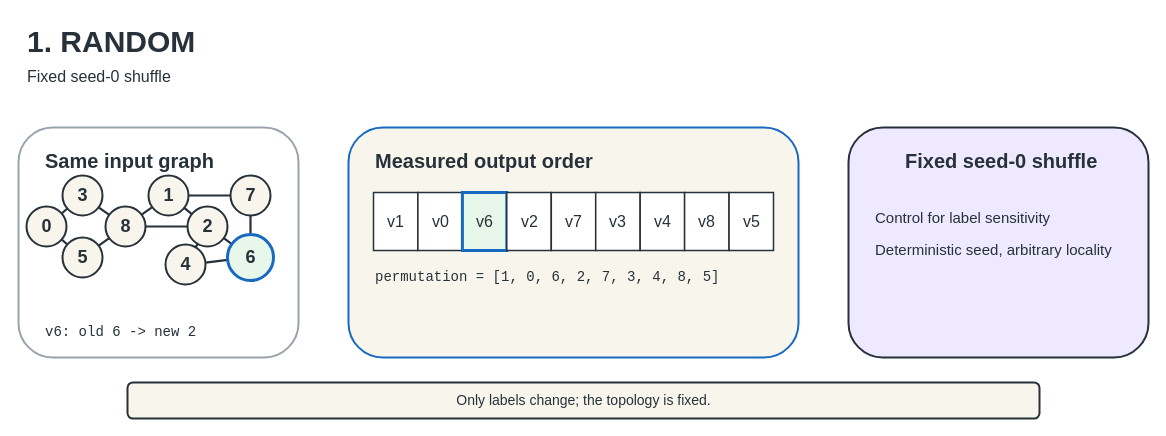
Above: page "RANDOM" (3 of 18) of docs/figures/editable/GraphBrew-reordering-figures.drawio in UVA-LavaLab/GraphBrew (draw.io), before the change. Source tidied: cells renumbered, new cells numbered last; positions are measured from the earlier drawing's top-left corner, leaving out a move shared by most shapes. Both pictures are drawn from the tidied source at 100%, with x=0, y=0 at pixel (18, 17).
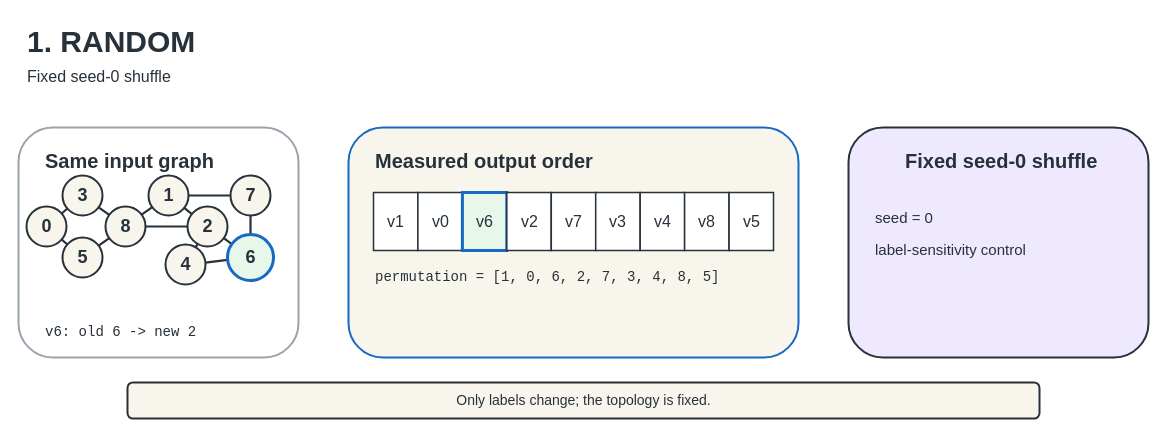
The same page after the edit.

Diff of the diagram source:
```diff
@@
-    <mxCell id="43" value="Control for label sensitivity" style="text;html=1;strokeColor=none;fillColor=none;fontSize=15;fontColor=#27313A;" parent="1" vertex="1">
+    <mxCell id="43" value="seed = 0" style="text;html=1;strokeColor=none;fillColor=none;fontSize=15;fontColor=#27313A;" parent="1" vertex="1">
       <mxGeometry x="855" y="185" width="250" height="28" as="geometry" />
     </mxCell>
-    <mxCell id="44" value="Deterministic seed, arbitrary locality" style="text;html=1;strokeColor=none;fillColor=none;fontSize=15;fontColor=#27313A;" parent="1" vertex="1">
+    <mxCell id="44" value="label-sensitivity control" style="text;html=1;strokeColor=none;fillColor=none;fontSize=15;fontColor=#27313A;" parent="1" vertex="1">
       <mxGeometry x="855" y="217" width="250" height="28" as="geometry" />
     </mxCell>
```
